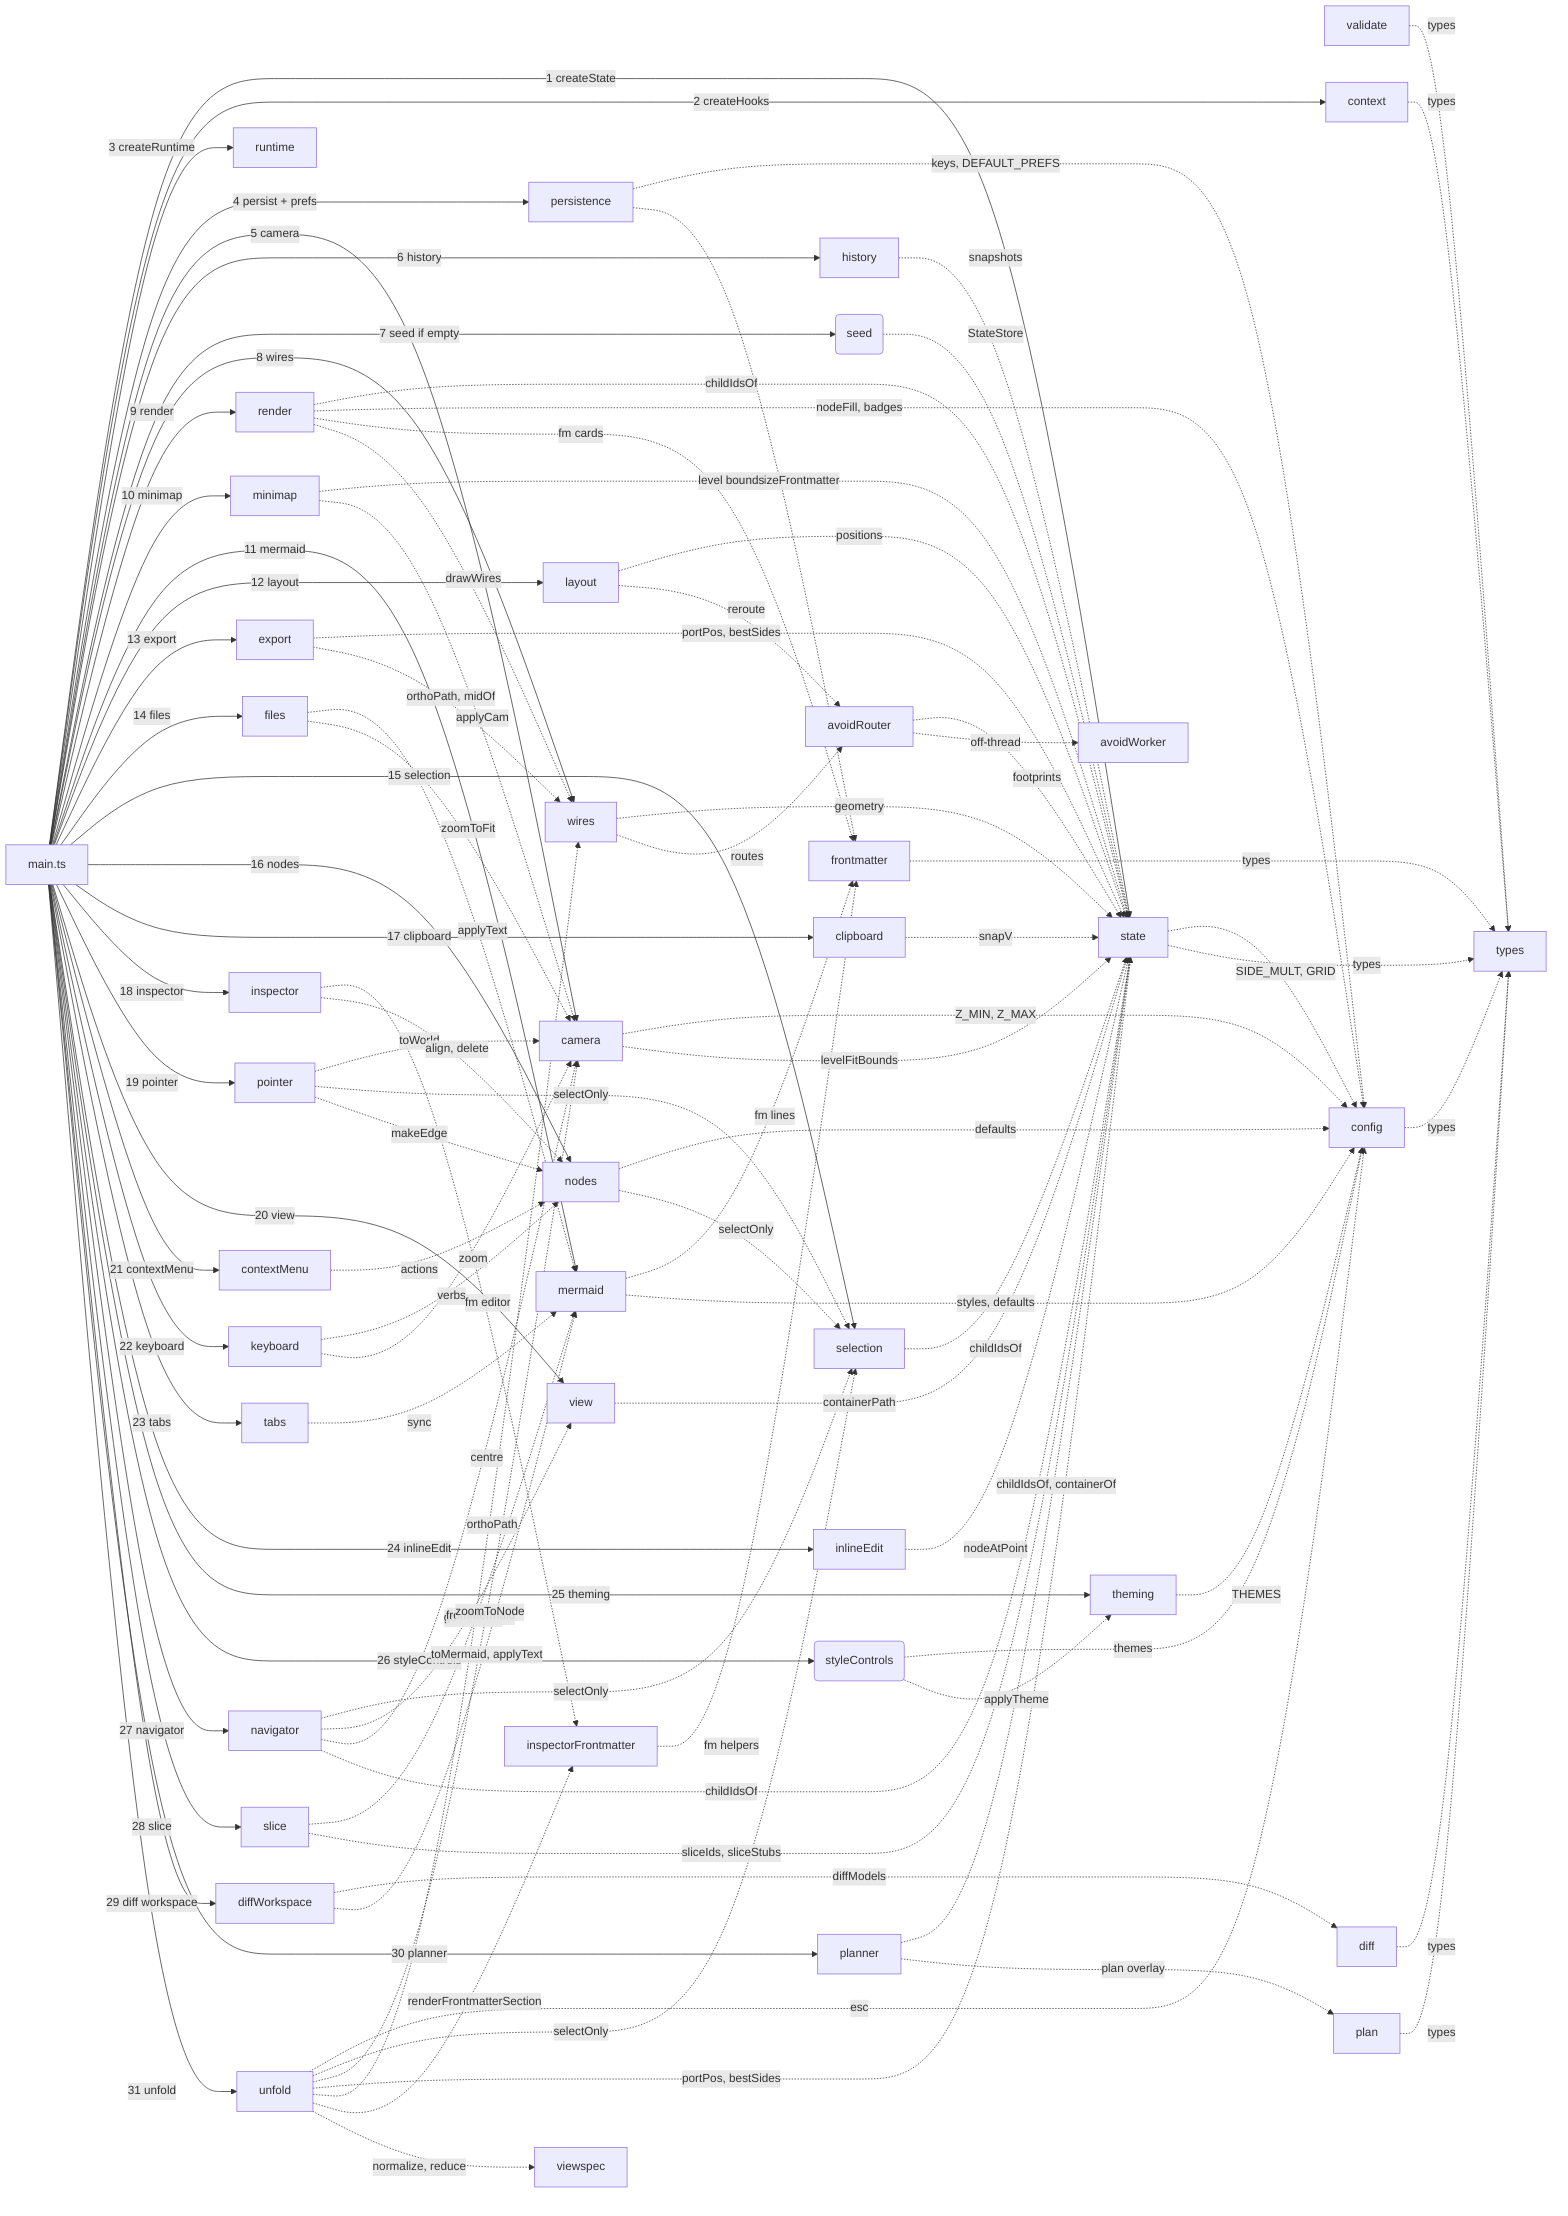
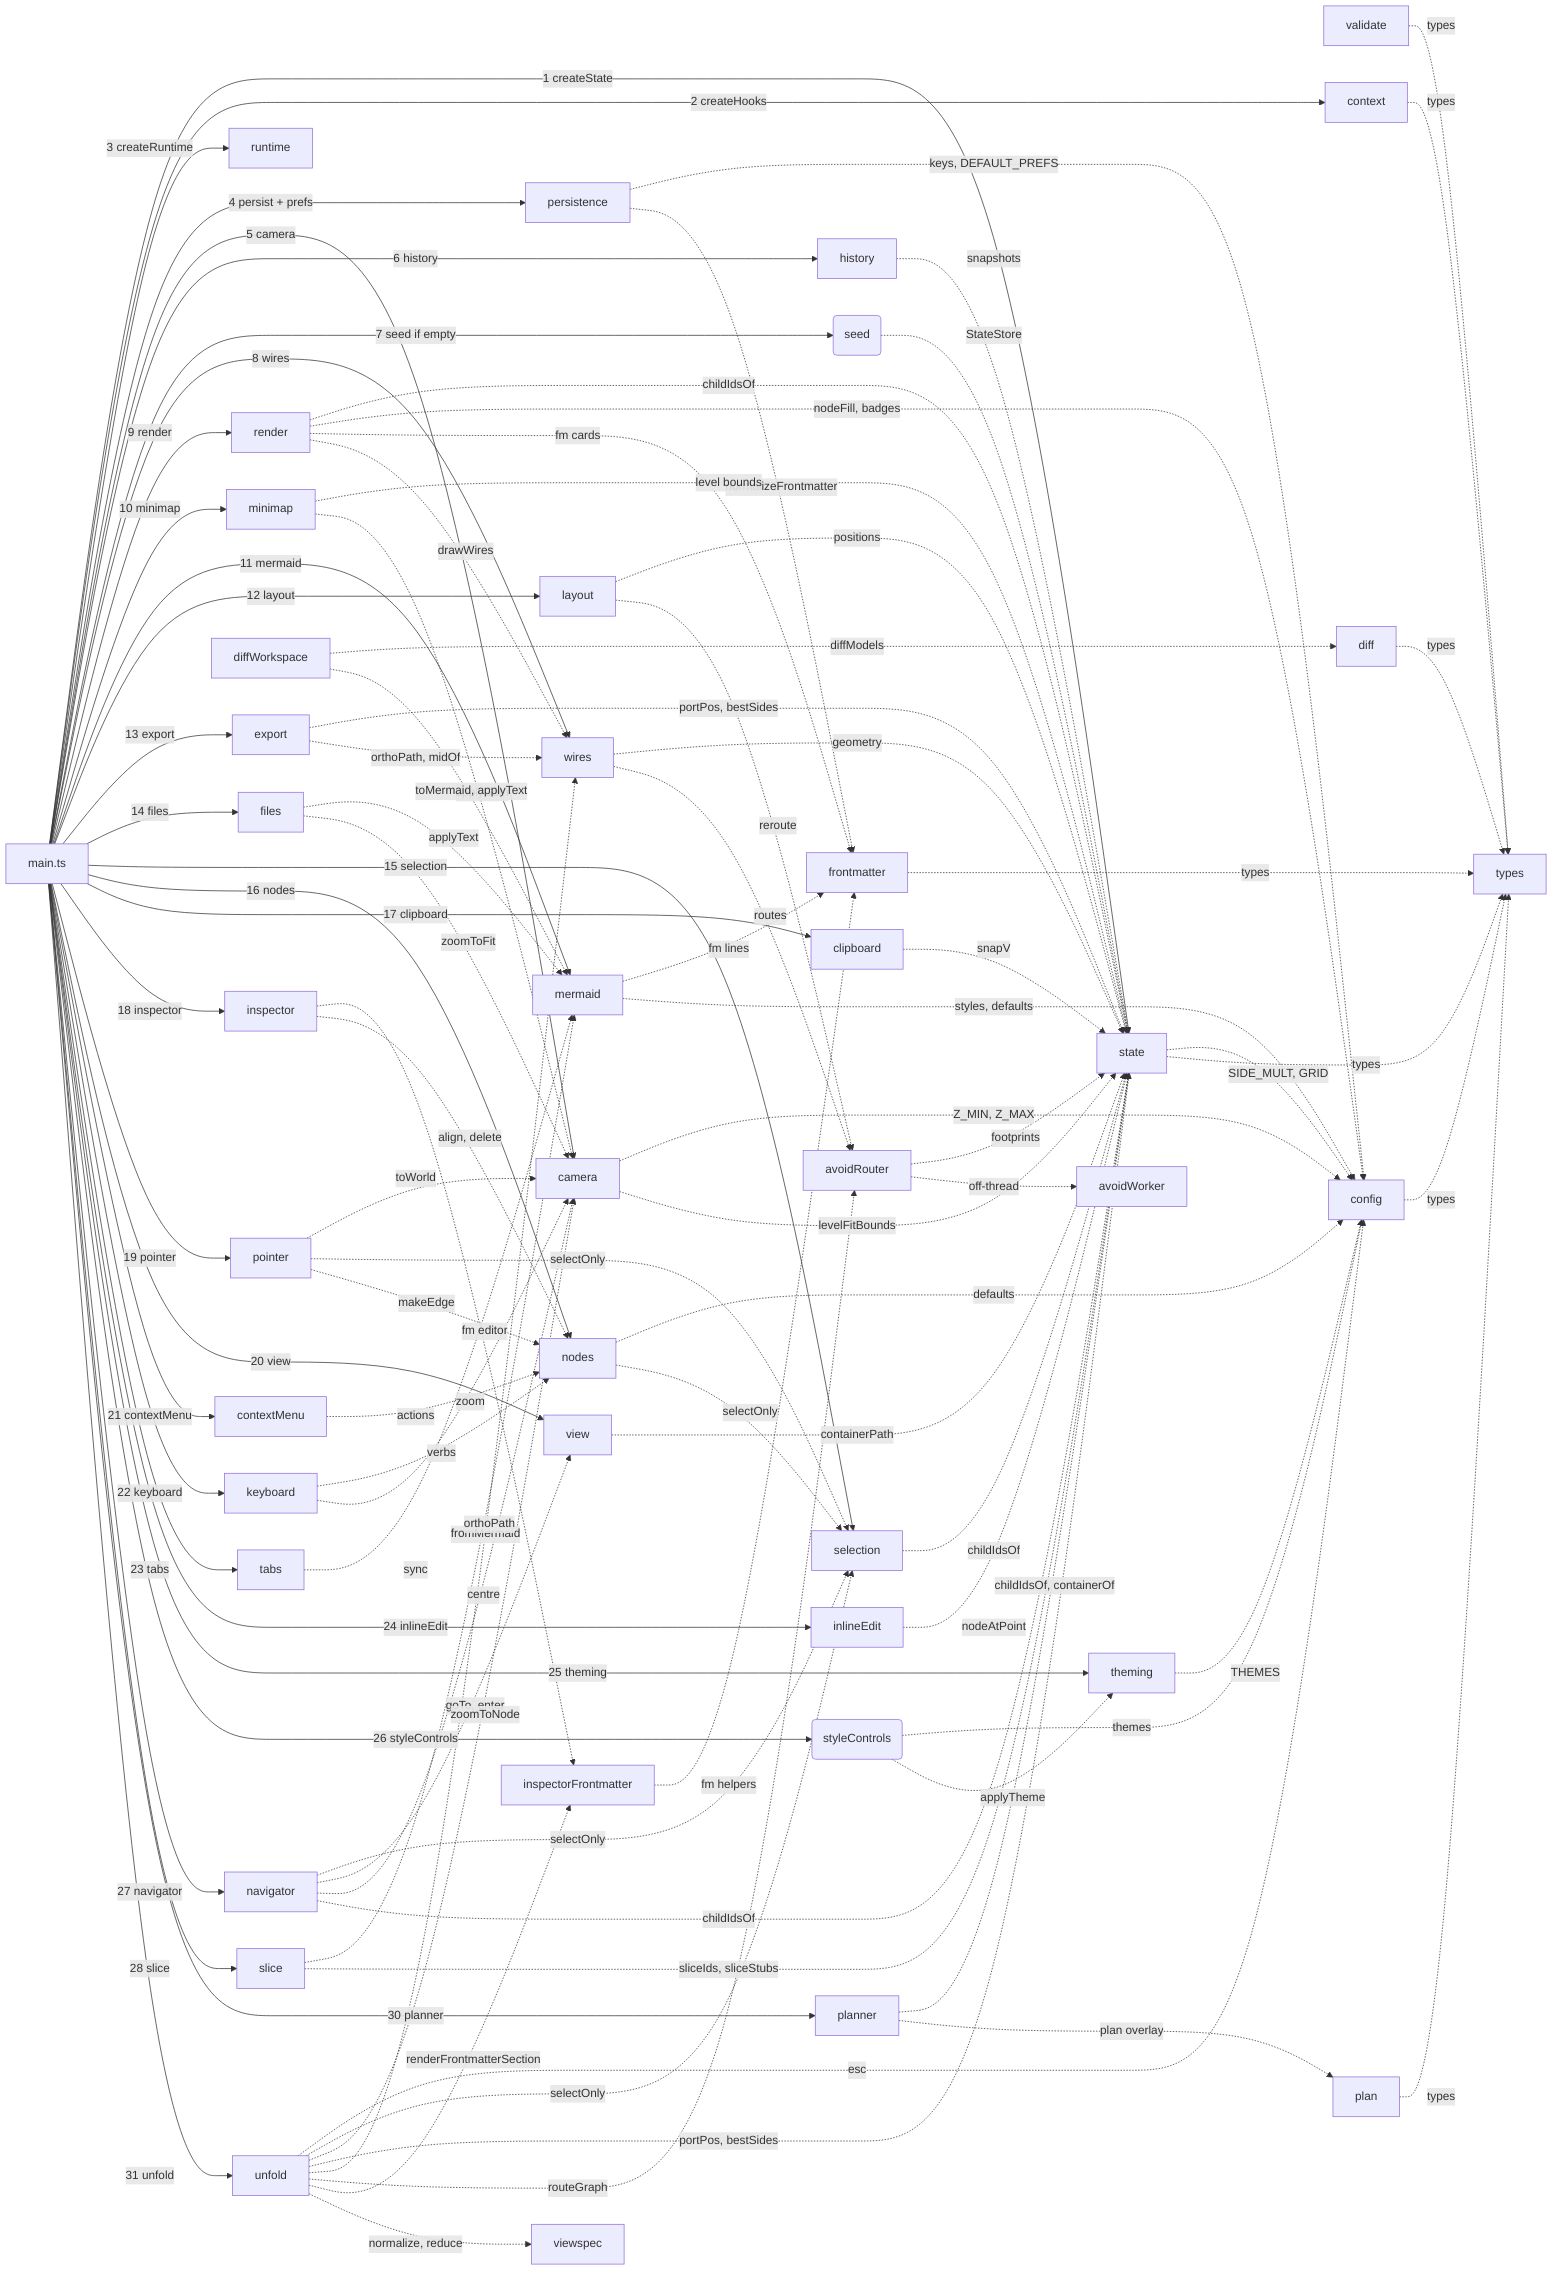
flowchart LR
%% root main

%% fm:meta main name=main
%% fm:meta main desc=composition root; builds AppContext, runs each initX in dependency order, wires hooks, boots
%% fm:meta state name=state
%% fm:meta state desc=the live diagram model (nodes, edges, selection, id counters) plus pure geometry + containment helpers
%% fm:meta frontmatter name=frontmatter
%% fm:meta frontmatter desc=per-node public-interface metadata; create, prune, serialize and parse to Mermaid %% lines
%% fm:meta validate name=validate
%% fm:meta validate desc=pure model integrity and serialize-parse round-trip checks; no DOM, types only
%% fm:meta history name=history
%% fm:meta history desc=bounded undo/redo stack of JSON model snapshots; restore writes back through hooks
%% fm:meta persistence name=persistence
%% fm:meta persistence desc=debounced autosave of model + camera to localStorage, plus load/save of Prefs
%% fm:meta camera name=camera
%% fm:meta camera desc=viewport pan and zoom transform; screen-to-world, applyCam, zoomAt, zoomToFit
%% fm:meta context name=context
%% fm:meta context desc=defines AppContext and the cross-module hook seam that breaks import cycles
%% fm:meta config name=config
%% fm:meta config desc=static lookup tables, palette, themes, fonts, zoom limits, storage keys plus tiny pure helpers
%% fm:meta types name=types
%% fm:meta types desc=shared domain types every module reads and writes; the vocabulary of the whole app
%% fm:meta runtime name=runtime
%% fm:meta runtime desc=tiny bag of transient interaction flags the render layer reads and interaction owns
%% fm:meta seed name=seed
%% fm:meta seed desc=first-run sample diagram, used only when there is no autosave to restore
%% fm:meta mermaid name=mermaid
%% fm:meta mermaid desc=two-way Mermaid text and model serializer/parser; the only module that knows the grammar
%% fm:meta layout name=layout
%% fm:meta layout desc=the Tidy automatic layered-tree layout; layers the spine and parks satellites
%% fm:meta exporter name=export
%% fm:meta exporter desc=build a standalone SVG from the model and export as a downloaded SVG or PNG
%% fm:meta files name=files
%% fm:meta files desc=save the diagram as a .mmd file and load a .mmd or bodies.json back in
%% fm:meta render name=render
%% fm:meta render desc=rebuild node DOM from the model each render; frontmatter cards, ports, drill affordance
%% fm:meta wires name=wires
%% fm:meta wires desc=draw all edges into the SVG layer plus the path geometry helpers reused by export
%% fm:meta avoidRouter name=avoidRouter
%% fm:meta avoidRouter desc=obstacle-avoiding orthogonal routing of reference edges via the libavoid WASM router
%% fm:meta minimap name=minimap
%% fm:meta minimap desc=paint the overview canvas and translate clicks and drags into camera moves
%% fm:meta avoidWorker name=avoidWorker
%% fm:meta avoidWorker desc=run the libavoid router in a dedicated worker so routing never blocks the main thread
%% fm:meta pointer name=pointer
%% fm:meta pointer desc=direct-manipulation on the canvas: drag, marquee, pan, resize, port-drag linking
%% fm:meta nodes name=nodes
%% fm:meta nodes desc=create/modify/destroy verbs on the model: addNode, makeEdge, deleteSelection, align, group
%% fm:meta selection name=selection
%% fm:meta selection desc=user-facing selection verbs that mutate sel then render and refresh the inspector
%% fm:meta clipboard name=clipboard
%% fm:meta clipboard desc=in-memory copy, paste with id remapping, and duplicate of the selection
%% fm:meta keyboard name=keyboard
%% fm:meta keyboard desc=global key and wheel handling: undo, clipboard, delete, nudge, quick-add, zoom, pan
%% fm:meta inlineEdit name=inlineEdit
%% fm:meta inlineEdit desc=double-click contenteditable label editing plus the dblclick drop-and-edit flow
%% fm:meta contextMenu name=contextMenu
%% fm:meta contextMenu desc=build and position the right-click menu with node or canvas actions
%% fm:meta view name=view
%% fm:meta view desc=own the current drill level and the verbs that change it, plus the breadcrumb
%% fm:meta inspector name=inspector
%% fm:meta inspector desc=render the right-hand property editor for a node, multi-selection, or an edge
%% fm:meta inspectorFrontmatter name=inspectorFrontmatter
%% fm:meta inspectorFrontmatter desc=render and wire the frontmatter editor for a single selected node
%% fm:meta tabs name=tabs
%% fm:meta tabs desc=switch the right panel between panes, collapse it, and show transient toasts
%% fm:meta styleControls name=styleControls
%% fm:meta styleControls desc=build and wire the Style tab: theme chips, font, toggles, routing select
%% fm:meta theming name=theming
%% fm:meta theming desc=translate prefs into live CSS variables and canvas state at runtime
%% fm:meta diff name=diff
%% fm:meta diff desc=compare two parsed models and compute the semantic delta: added, removed and changed nodes and edges
%% fm:meta navigator name=navigator
%% fm:meta navigator desc=searchable, filterable node list; click a row to drill, select and centre the camera
%% fm:meta slice name=slice
%% fm:meta slice desc=show a self-contained mmd of the selected node's neighbourhood, with a Copy button
%% fm:meta diffWorkspace name=diffWorkspace
%% fm:meta diffWorkspace desc=full-screen diff overlay: snapshot, paste a proposal, diff via diffModels, view four ways, apply
%% fm:meta plan name=plan
%% fm:meta plan desc=build-plan overlay model (pure): status/intent/phase changes keyed on real nodes/edges, plus blast-radius and coherence helpers
%% fm:meta planner name=planner
%% fm:meta planner desc=full-screen build-plan review surface: status overlay on the real map, tri-pane sync, accept/reject with dependency coherence, gated export to buildspec
%% fm:meta unfold name=unfold
%% fm:meta unfold desc=reading mode: full-screen folded view of ctx.state — containment roots only at arrival, unfold in place, opt-in layers (wires, desc, interfaces, metrics, colour, blast radius), browse tree, inspector with ctx.bodies source
%% fm:meta viewspec name=viewspec
%% fm:meta viewspec desc=the M3 ViewSpec contract (pure): one serializable spec object is the reading view — screen = render(spec); normalizer is the schema boundary, reducer is the only mutation path; also owns the M4 boot-surface contract (AppSurface, resolveBootSurface — read is the sticky default)

%% kind main module
%% kind state module
%% kind frontmatter module
%% kind validate module
%% kind history module
%% kind persistence module
%% kind camera module
%% kind context module
%% kind config module
%% kind types module
%% kind runtime module
%% kind seed function
%% kind mermaid module
%% kind layout module
%% kind exporter module
%% kind files module
%% kind render module
%% kind wires module
%% kind avoidRouter module
%% kind minimap module
%% kind avoidWorker module
%% kind pointer module
%% kind nodes module
%% kind selection module
%% kind clipboard module
%% kind keyboard module
%% kind inlineEdit module
%% kind contextMenu module
%% kind view module
%% kind inspector module
%% kind inspectorFrontmatter module
%% kind tabs module
%% kind styleControls function
%% kind theming module
%% kind diff module
%% kind navigator module
%% kind slice module
%% kind diffWorkspace module
%% kind plan module
%% kind planner module
%% kind unfold module
%% kind viewspec module

  main["main.ts"]
  state["state"]
  frontmatter["frontmatter"]
  validate["validate"]
  history["history"]
  persistence["persistence"]
  camera["camera"]
  context["context"]
  config["config"]
  types["types"]
  runtime["runtime"]
  seed("seed")
  mermaid["mermaid"]
  layout["layout"]
  exporter["export"]
  files["files"]
  render["render"]
  wires["wires"]
  avoidRouter["avoidRouter"]
  minimap["minimap"]
  avoidWorker["avoidWorker"]
  pointer["pointer"]
  nodes["nodes"]
  selection["selection"]
  clipboard["clipboard"]
  keyboard["keyboard"]
  inlineEdit["inlineEdit"]
  contextMenu["contextMenu"]
  view["view"]
  inspector["inspector"]
  inspectorFrontmatter["inspectorFrontmatter"]
  tabs["tabs"]
  styleControls("styleControls")
  theming["theming"]
  diff["diff"]
  navigator["navigator"]
  slice["slice"]
  diffWorkspace["diffWorkspace"]
  plan["plan"]
  planner["planner"]
  unfold["unfold"]
  viewspec["viewspec"]

  main -->|1 createState| state
  main -->|2 createHooks| context
  main -->|3 createRuntime| runtime
  main -->|4 persist + prefs| persistence
  main -->|5 camera| camera
  main -->|6 history| history
  main -->|7 seed if empty| seed
  main -->|8 wires| wires
  main -->|9 render| render
  main -->|10 minimap| minimap
  main -->|11 mermaid| mermaid
  main -->|12 layout| layout
  main -->|13 export| exporter
  main -->|14 files| files
  main -->|15 selection| selection
  main -->|16 nodes| nodes
  main -->|17 clipboard| clipboard
  main -->|18 inspector| inspector
  main -->|19 pointer| pointer
  main -->|20 view| view
  main -->|21 contextMenu| contextMenu
  main -->|22 keyboard| keyboard
  main -->|23 tabs| tabs
  main -->|24 inlineEdit| inlineEdit
  main -->|25 theming| theming
  main -->|26 styleControls| styleControls
  config -.->|types| types
  state -.->|SIDE_MULT, GRID| config
  state -.->|types| types
  camera -.->|Z_MIN, Z_MAX| config
  camera -.->|levelFitBounds| state
  persistence -.->|keys, DEFAULT_PREFS| config
  persistence -.->|normalizeFrontmatter| frontmatter
  history -.->|snapshots| state
  frontmatter -.->|types| types
  validate -.->|types| types
  seed -.->|StateStore| state
  context -.->|types| types
  render -.->|childIdsOf| state
  render -.->|nodeFill, badges| config
  render -.->|fm cards| frontmatter
  render -.->|drawWires| wires
  wires -.->|geometry| state
  wires -.->|routes| avoidRouter
  avoidRouter -.->|footprints| state
  avoidRouter -.->|off-thread| avoidWorker
  layout -.->|positions| state
  layout -.->|reroute| avoidRouter
  minimap -.->|level bounds| state
  minimap -.->|applyCam| camera
  mermaid -.->|fm lines| frontmatter
  mermaid -.->|styles, defaults| config
  exporter -.->|portPos, bestSides| state
  exporter -.->|orthoPath, midOf| wires
  files -.->|applyText| mermaid
  files -.->|zoomToFit| camera
  pointer -.->|toWorld| camera
  pointer -.->|selectOnly| selection
  pointer -.->|makeEdge| nodes
  nodes -.->|defaults| config
  nodes -.->|selectOnly| selection
  selection -.->|childIdsOf| state
  clipboard -.->|snapV| state
  keyboard -.->|verbs| nodes
  keyboard -.->|zoom| camera
  inlineEdit -.->|nodeAtPoint| state
  contextMenu -.->|actions| nodes
  view -.->|containerPath| state
  inspector -.->|fm editor| inspectorFrontmatter
  inspector -.->|align, delete| nodes
  inspectorFrontmatter -.->|fm helpers| frontmatter
  tabs -.->|sync| mermaid
  styleControls -.->|themes| config
  styleControls -.->|applyTheme| theming
  theming -.->|THEMES| config
  main -->|27 navigator| navigator
  main -->|28 slice| slice
-   main -->|29 diff workspace| diffWorkspace
  diff -.->|types| types
  diffWorkspace -.->|diffModels| diff
  diffWorkspace -.->|toMermaid, applyText| mermaid
  navigator -.->|selectOnly| selection
  navigator -.->|goTo, enter| view
  navigator -.->|centre| camera
  navigator -.->|childIdsOf| state
  slice -.->|fromMermaid| mermaid
  slice -.->|sliceIds, sliceStubs| state
  main -->|30 planner| planner
  main -->|31 unfold| unfold
  plan -.->|types| types
  planner -.->|childIdsOf, containerOf| state
  planner -.->|plan overlay| plan
  unfold -.->|esc| config
  unfold -.->|selectOnly| selection
  unfold -.->|zoomToNode| camera
  unfold -.->|portPos, bestSides| state
  unfold -.->|orthoPath| wires
+   unfold -.->|routeGraph| avoidRouter
  unfold -.->|renderFrontmatterSection| inspectorFrontmatter
  unfold -.->|normalize, reduce| viewspec

%% ---- reading-mode grouping (%% group dialect directive) ----
%% Promoted from sandbox/unfold/hierarchy.json: the curated responsibility
%% grouping ABOVE modules. No geometry; the canvas ignores it; the unfold
%% surface folds to these regions and stages/aggregates by them.
%% group g_editor "Editor"
%% group g_canvas "Canvas" parent g_editor
%% group g_render_view "Rendering & viewport" parent g_canvas
%% group g_layout_routing "Layout & routing" parent g_canvas
%% group g_direct_manip "Direct manipulation" parent g_canvas
%% group g_side_panels "Side panels" parent g_editor
%% group g_reading "Reading mode" parent g_editor
%% group g_domain "Domain model"
%% group g_core_model "Core model & config" parent g_domain
%% group g_node_meta "Node metadata" parent g_domain
%% group g_history "History & first-run" parent g_domain
%% group g_review "Review & planning"
%% group g_io "Persistence & IO"
%% group g_orchestration "Orchestration"
%% group-member g_render_view render
%% group-member g_render_view wires
%% group-member g_render_view camera
%% group-member g_render_view minimap
%% group-member g_render_view theming
%% group-member g_layout_routing layout
%% group-member g_layout_routing avoidRouter
%% group-member g_layout_routing avoidWorker
%% group-member g_direct_manip pointer
%% group-member g_direct_manip nodes
%% group-member g_direct_manip selection
%% group-member g_direct_manip clipboard
%% group-member g_direct_manip inlineEdit
%% group-member g_direct_manip keyboard
%% group-member g_direct_manip contextMenu
%% group-member g_direct_manip view
%% group-member g_side_panels inspector
%% group-member g_side_panels inspectorFrontmatter
%% group-member g_side_panels tabs
%% group-member g_side_panels styleControls
%% group-member g_side_panels navigator
%% group-member g_side_panels slice
%% group-member g_reading unfold
%% group-member g_reading viewspec
%% group-member g_core_model state
%% group-member g_core_model types
%% group-member g_core_model config
%% group-member g_core_model runtime
%% group-member g_node_meta frontmatter
%% group-member g_node_meta validate
%% group-member g_history history
%% group-member g_history seed
%% group-member g_review diff
%% group-member g_review diffWorkspace
%% group-member g_review plan
%% group-member g_review planner
%% group-member g_io mermaid
%% group-member g_io files
%% group-member g_io persistence
%% group-member g_io exporter
%% group-member g_orchestration main
%% group-member g_orchestration context
